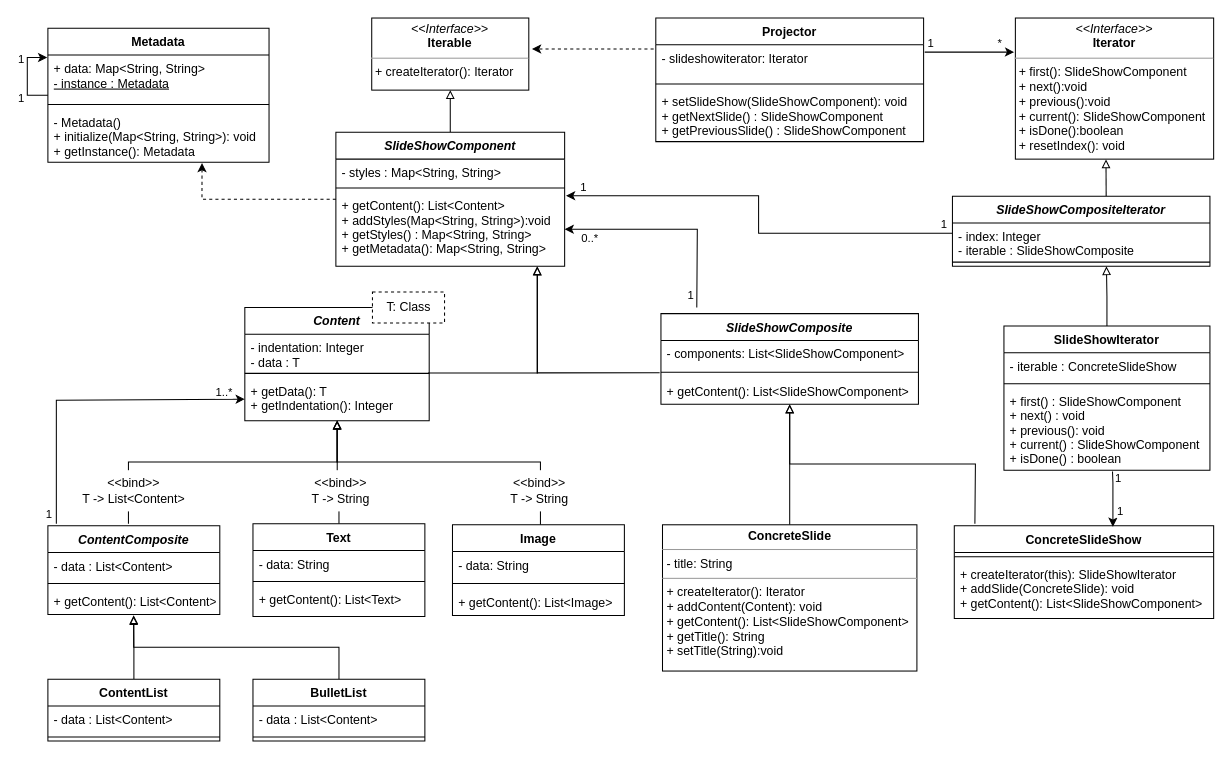
This is Diagrams/NewDesign/Design without feature/Partial Designs for report/Domain.drawio from maartendekker1998/OU_jabberpoint, a draw.io file, before an edit. Source tidied: cells renumbered, new cells numbered last; positions are measured from the earlier drawing's top-left corner, leaving out a move shared by most shapes. Both pictures are drawn from the tidied source at 103%, with x=0, y=0 at pixel (27, 18).
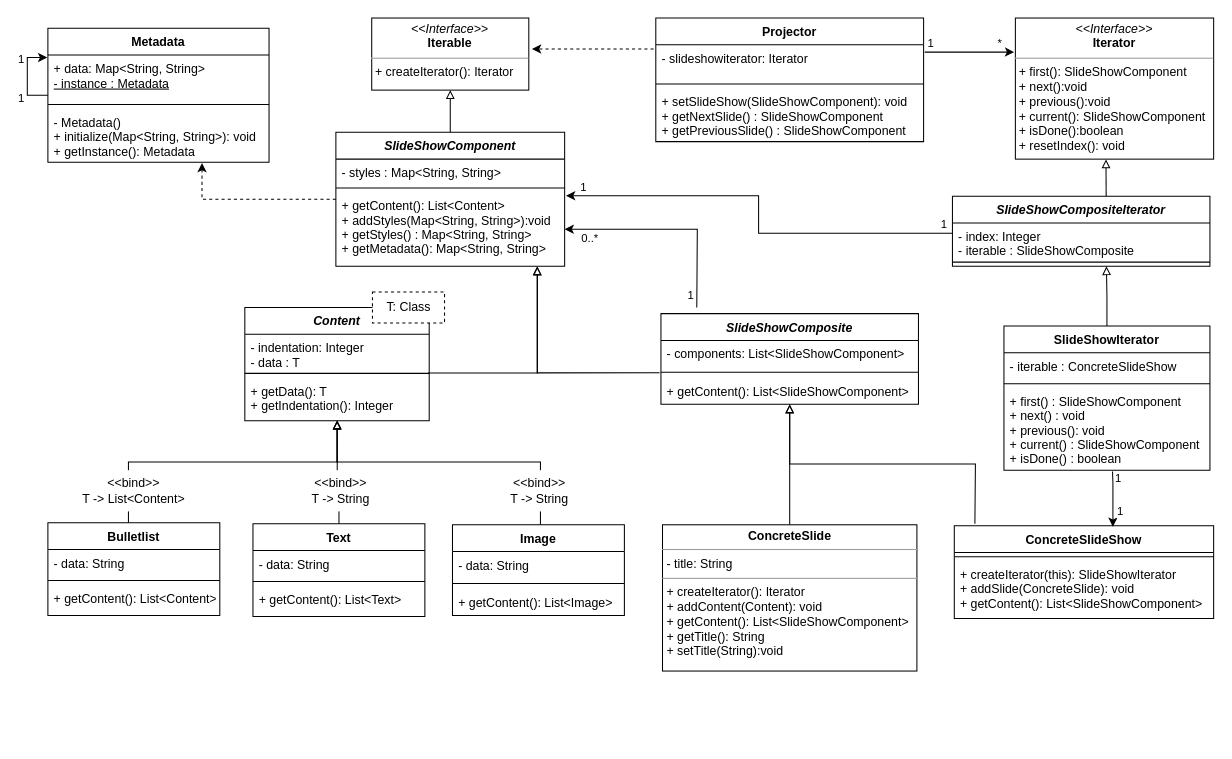
Above is the later version.

Commit message (it also covers changes not shown here):
final diagram modifications

Unchanged cells that the change refers to:
```xml
<mxCell id="41" value="+ getData(): T&#10;+ getIndentation(): Integer" style="text;strokeColor=none;fillColor=none;align=left;verticalAlign=top;spacingLeft=4;spacingRight=4;overflow=hidden;points=[[0,0.5],[1,0.5]];portConstraint=eastwest;" parent="38" vertex="1">
  <mxGeometry y="68" width="179" height="42" as="geometry" />
</mxCell>
```

Change to the diagram source:
```diff
@@
-    <mxCell id="29" style="edgeStyle=orthogonalEdgeStyle;rounded=0;jettySize=auto;html=1;entryX=0;entryY=0.5;entryDx=0;entryDy=0;" parent="1" edge="1" target="41">
-      <mxGeometry relative="1" as="geometry">
-        <mxPoint x="28.2" y="491" as="sourcePoint" />
-        <Array as="points">
-          <mxPoint x="28" y="371" />
-          <mxPoint x="211" y="371" />
-        </Array>
-      </mxGeometry>
-    </mxCell>
-    <mxCell id="30" value="1" style="edgeLabel;html=1;align=center;verticalAlign=middle;" parent="29" vertex="1">
-      <mxGeometry x="-0.94" y="1" relative="1" as="geometry">
-        <mxPoint x="-7" y="-1" as="offset" />
-      </mxGeometry>
-    </mxCell>
-    <mxCell id="31" value="1..*" style="edgeLabel;html=1;align=center;verticalAlign=middle;" parent="29" vertex="1">
-      <mxGeometry x="0.8" y="3" relative="1" as="geometry">
-        <mxPoint x="9" y="-5" as="offset" />
-      </mxGeometry>
-    </mxCell>
-    <mxCell id="32" value="ContentComposite" style="swimlane;fontStyle=3;align=center;verticalAlign=top;horizontal=1;startSize=26;" parent="1" vertex="1">
-      <mxGeometry x="20" y="493" width="166.9" height="86" as="geometry" />
-    </mxCell>
-    <mxCell id="33" value="- data : List&lt;Content&gt;" style="text;strokeColor=none;fillColor=none;align=left;verticalAlign=top;spacingLeft=4;spacingRight=4;overflow=hidden;" parent="32" vertex="1">
-      <mxGeometry y="26" width="166.9" height="26" as="geometry" />
-    </mxCell>
-    <mxCell id="34" style="line;strokeWidth=1;fillColor=none;align=left;verticalAlign=middle;spacingTop=-1;spacingLeft=3;spacingRight=3;labelPosition=right;strokeColor=inherit;" parent="32" vertex="1">
-      <mxGeometry y="52" width="166.9" height="8" as="geometry" />
-    </mxCell>
-    <mxCell id="35" value="+ getContent(): List&lt;Content&gt;" style="text;strokeColor=none;fillColor=none;align=left;verticalAlign=top;spacingLeft=4;spacingRight=4;overflow=hidden;points=[[0,0.5],[1,0.5]];portConstraint=eastwest;" parent="32" vertex="1">
-      <mxGeometry y="60" width="166.9" height="26" as="geometry" />
-    </mxCell>
@@
-    <mxCell id="77" style="edgeStyle=orthogonalEdgeStyle;rounded=0;jettySize=auto;html=1;entryX=0.499;entryY=1.031;entryDx=0;entryDy=0;entryPerimeter=0;endArrow=block;endFill=0;" parent="1" edge="1" source="78" target="35">
-      <mxGeometry relative="1" as="geometry" />
-    </mxCell>
-    <mxCell id="78" value="ContentList" style="swimlane;fontStyle=1;align=center;verticalAlign=top;horizontal=1;startSize=26;" parent="1" vertex="1">
-      <mxGeometry x="20" y="642" width="166.9" height="60" as="geometry" />
-    </mxCell>
-    <mxCell id="79" value="- data : List&lt;Content&gt;" style="text;strokeColor=none;fillColor=none;align=left;verticalAlign=top;spacingLeft=4;spacingRight=4;overflow=hidden;" parent="78" vertex="1">
-      <mxGeometry y="26" width="166.9" height="26" as="geometry" />
-    </mxCell>
-    <mxCell id="80" style="line;strokeWidth=1;fillColor=none;align=left;verticalAlign=middle;spacingTop=-1;spacingLeft=3;spacingRight=3;labelPosition=right;strokeColor=inherit;" parent="78" vertex="1">
-      <mxGeometry y="52" width="166.9" height="8" as="geometry" />
-    </mxCell>
-    <mxCell id="81" style="edgeStyle=orthogonalEdgeStyle;rounded=0;jettySize=auto;html=1;entryX=0.499;entryY=1.062;entryDx=0;entryDy=0;entryPerimeter=0;endArrow=block;endFill=0;" parent="1" edge="1" source="82" target="35">
-      <mxGeometry relative="1" as="geometry">
-        <Array as="points">
-          <mxPoint x="303.2" y="611" />
-          <mxPoint x="103.2" y="611" />
-        </Array>
-      </mxGeometry>
-    </mxCell>
-    <mxCell id="82" value="BulletList" style="swimlane;fontStyle=1;align=center;verticalAlign=top;horizontal=1;startSize=26;" parent="1" vertex="1">
-      <mxGeometry x="219.1" y="642" width="166.9" height="60" as="geometry" />
-    </mxCell>
-    <mxCell id="83" value="- data : List&lt;Content&gt;" style="text;strokeColor=none;fillColor=none;align=left;verticalAlign=top;spacingLeft=4;spacingRight=4;overflow=hidden;" parent="82" vertex="1">
-      <mxGeometry y="26" width="166.9" height="26" as="geometry" />
-    </mxCell>
-    <mxCell id="84" style="line;strokeWidth=1;fillColor=none;align=left;verticalAlign=middle;spacingTop=-1;spacingLeft=3;spacingRight=3;labelPosition=right;strokeColor=inherit;" parent="82" vertex="1">
-      <mxGeometry y="52" width="166.9" height="8" as="geometry" />
-    </mxCell>
@@
+    <mxCell id="89" value="Bulletlist" style="swimlane;fontStyle=1;align=center;verticalAlign=top;horizontal=1;startSize=26;" parent="1" vertex="1">
+      <mxGeometry x="20" y="490" width="166.9" height="90" as="geometry" />
+    </mxCell>
+    <mxCell id="90" value="- data: String" style="text;strokeColor=none;fillColor=none;align=left;verticalAlign=top;spacingLeft=4;spacingRight=4;overflow=hidden;" parent="89" vertex="1">
+      <mxGeometry y="26" width="166.9" height="26" as="geometry" />
+    </mxCell>
+    <mxCell id="91" style="line;strokeWidth=1;fillColor=none;align=left;verticalAlign=middle;spacingTop=-1;spacingLeft=3;spacingRight=3;labelPosition=right;strokeColor=inherit;" parent="89" vertex="1">
+      <mxGeometry y="52" width="166.9" height="8" as="geometry" />
+    </mxCell>
+    <mxCell id="35" value="+ getContent(): List&lt;Content&gt;" style="text;strokeColor=none;fillColor=none;align=left;verticalAlign=top;spacingLeft=4;spacingRight=4;overflow=hidden;points=[[0,0.5],[1,0.5]];portConstraint=eastwest;" parent="89" vertex="1">
+      <mxGeometry y="60" width="166.9" height="30" as="geometry" />
+    </mxCell>
```
